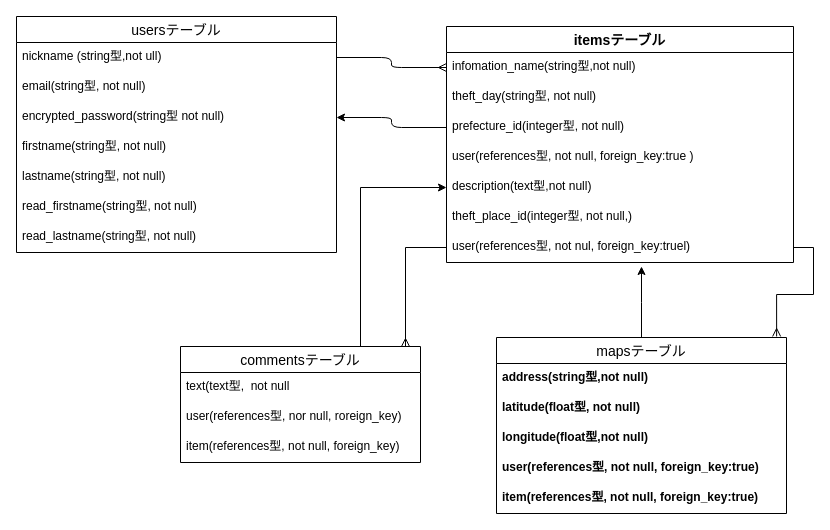
This is car-chaser.dio from wanderingrider/car-chaser, a draw.io file, before an edit. Source tidied: cells renumbered, new cells numbered last; positions are measured from the earlier drawing's top-left corner, leaving out a move shared by most shapes. Both pictures are drawn from the tidied source at 100%, with x=0, y=0 at pixel (16, 16).
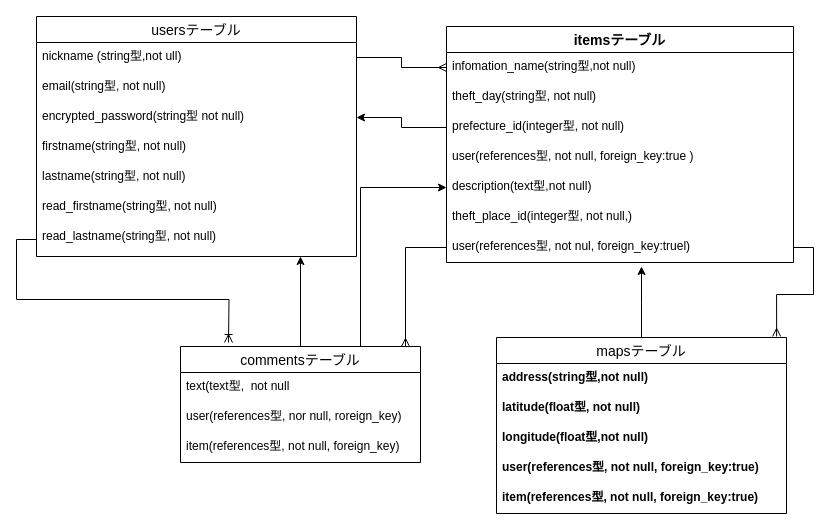
The same diagram, later.

Unchanged cells that the change refers to:
```xml
<mxCell id="3" value="nickname (string型,not ull)&#10;" style="text;strokeColor=none;fillColor=none;spacingLeft=4;spacingRight=4;overflow=hidden;points=[[0,0.5],[1,0.5]];portConstraint=eastwest;fontSize=12;" parent="2" vertex="1">
  <mxGeometry y="26" width="320" height="30" as="geometry" />
</mxCell>
<mxCell id="5" value="encrypted_password(string型 not null)" style="text;strokeColor=none;fillColor=none;spacingLeft=4;spacingRight=4;overflow=hidden;points=[[0,0.5],[1,0.5]];portConstraint=eastwest;fontSize=12;" parent="2" vertex="1">
  <mxGeometry y="86" width="320" height="30" as="geometry" />
</mxCell>
<mxCell id="11" value="infomation_name(string型,not null)" style="text;strokeColor=none;fillColor=none;spacingLeft=4;spacingRight=4;overflow=hidden;points=[[0,0.5],[1,0.5]];portConstraint=eastwest;fontSize=12;" parent="10" vertex="1">
  <mxGeometry y="26" width="347" height="30" as="geometry" />
</mxCell>
<mxCell id="13" value="prefecture_id(integer型, not null)" style="text;strokeColor=none;fillColor=none;spacingLeft=4;spacingRight=4;overflow=hidden;points=[[0,0.5],[1,0.5]];portConstraint=eastwest;fontSize=12;" parent="10" vertex="1">
  <mxGeometry y="86" width="347" height="30" as="geometry" />
</mxCell>
<mxCell id="31" value="commentsテーブル" style="swimlane;fontStyle=0;horizontal=1;startSize=26;align=center;fontSize=14;" parent="27" vertex="1">
  <mxGeometry x="164" y="330" width="240" height="116" as="geometry" />
</mxCell>
```

Change to the diagram source:
```diff
@@
     <mxCell id="2" value="usersテーブル" style="swimlane;fontStyle=0;horizontal=1;startSize=26;align=center;fontSize=14;" parent="1" vertex="1">
-      <mxGeometry width="320" height="236" as="geometry" />
+      <mxGeometry x="20" width="320" height="240" as="geometry" />
     </mxCell>
@@
     <mxCell id="9" value="read_lastname(string型, not null)" style="text;strokeColor=none;fillColor=none;spacingLeft=4;spacingRight=4;overflow=hidden;points=[[0,0.5],[1,0.5]];portConstraint=eastwest;fontSize=12;" parent="2" vertex="1">
-      <mxGeometry y="206" width="320" height="30" as="geometry" />
+      <mxGeometry y="206" width="320" height="34" as="geometry" />
     </mxCell>
@@
-    <mxCell id="24" style="edgeStyle=orthogonalEdgeStyle;jettySize=auto;html=1;exitX=1;exitY=0.5;exitDx=0;exitDy=0;endArrow=ERmany;endFill=0;" parent="1" edge="1" source="3" target="11">
+    <mxCell id="24" style="edgeStyle=orthogonalEdgeStyle;jettySize=auto;html=1;exitX=1;exitY=0.5;exitDx=0;exitDy=0;endArrow=ERmany;endFill=0;rounded=0;" parent="1" edge="1" source="3" target="11">
       <mxGeometry relative="1" as="geometry" />
     </mxCell>
-    <mxCell id="25" style="edgeStyle=orthogonalEdgeStyle;jettySize=auto;html=1;exitX=0;exitY=0.5;exitDx=0;exitDy=0;endArrow=classic;endFill=1;" parent="1" edge="1" source="13" target="5">
+    <mxCell id="25" style="edgeStyle=orthogonalEdgeStyle;jettySize=auto;html=1;exitX=0;exitY=0.5;exitDx=0;exitDy=0;endArrow=classic;endFill=1;rounded=0;" parent="1" edge="1" source="13" target="5">
       <mxGeometry relative="1" as="geometry" />
     </mxCell>
+    <mxCell id="36" style="edgeStyle=orthogonalEdgeStyle;rounded=0;jettySize=auto;html=1;exitX=0.5;exitY=0;exitDx=0;exitDy=0;" parent="1" edge="1" source="31">
+      <mxGeometry relative="1" as="geometry">
+        <mxPoint x="284" y="240" as="targetPoint" />
+      </mxGeometry>
+    </mxCell>
+    <mxCell id="37" style="edgeStyle=orthogonalEdgeStyle;rounded=0;jettySize=auto;html=1;exitX=0;exitY=0.5;exitDx=0;exitDy=0;endArrow=ERoneToMany;endFill=0;" parent="1" edge="1" source="9">
+      <mxGeometry relative="1" as="geometry">
+        <mxPoint x="212" y="326" as="targetPoint" />
+      </mxGeometry>
+    </mxCell>
```
